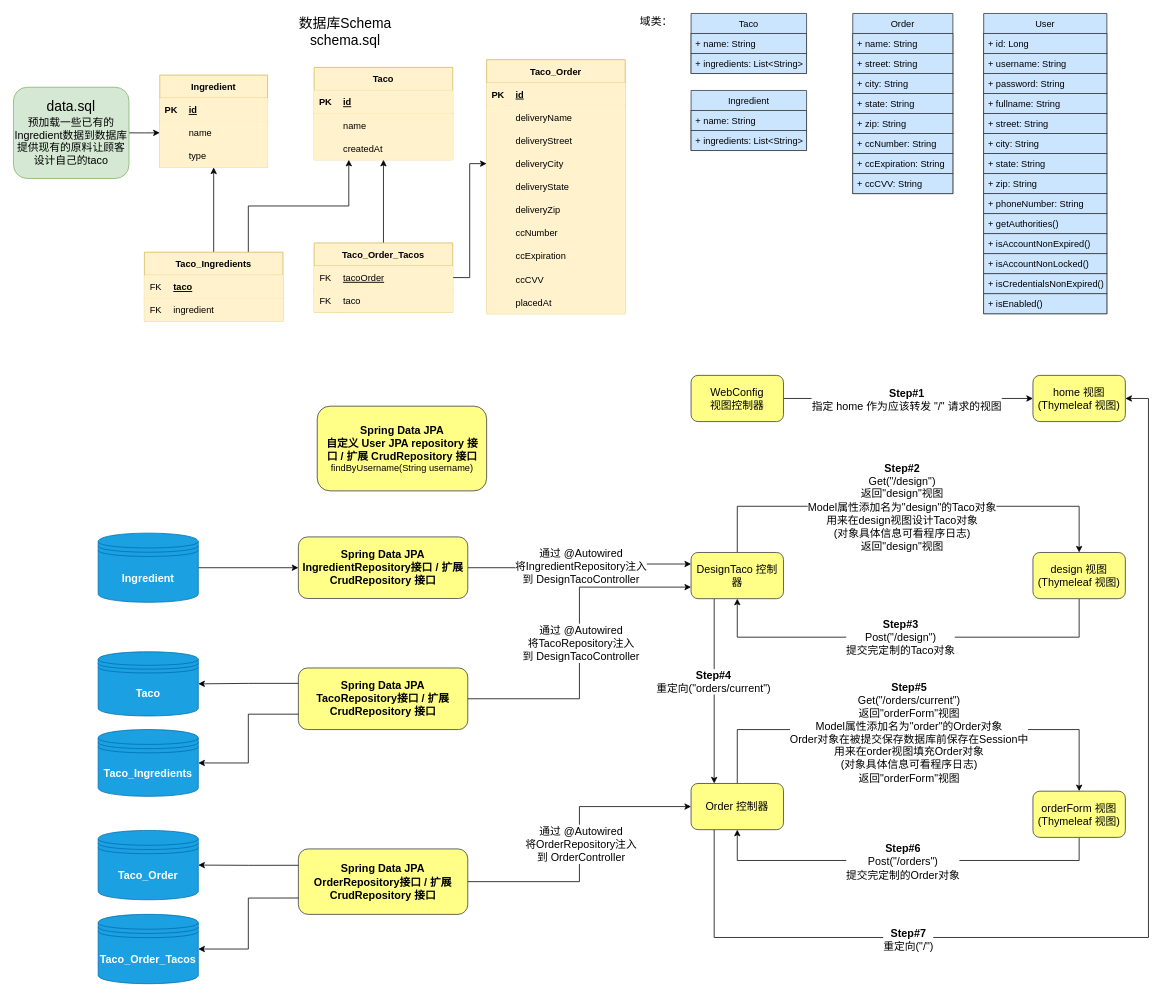
Before: flow_chart/flow_chart_v4.drawio in LilithCoder/taco-cloud, a draw.io diagram. Source tidied: cells renumbered, new cells numbered last; positions are measured from the earlier drawing's top-left corner, leaving out a move shared by most shapes. Both pictures are drawn from the tidied source at 77%, with x=0, y=0 at pixel (13, 13).
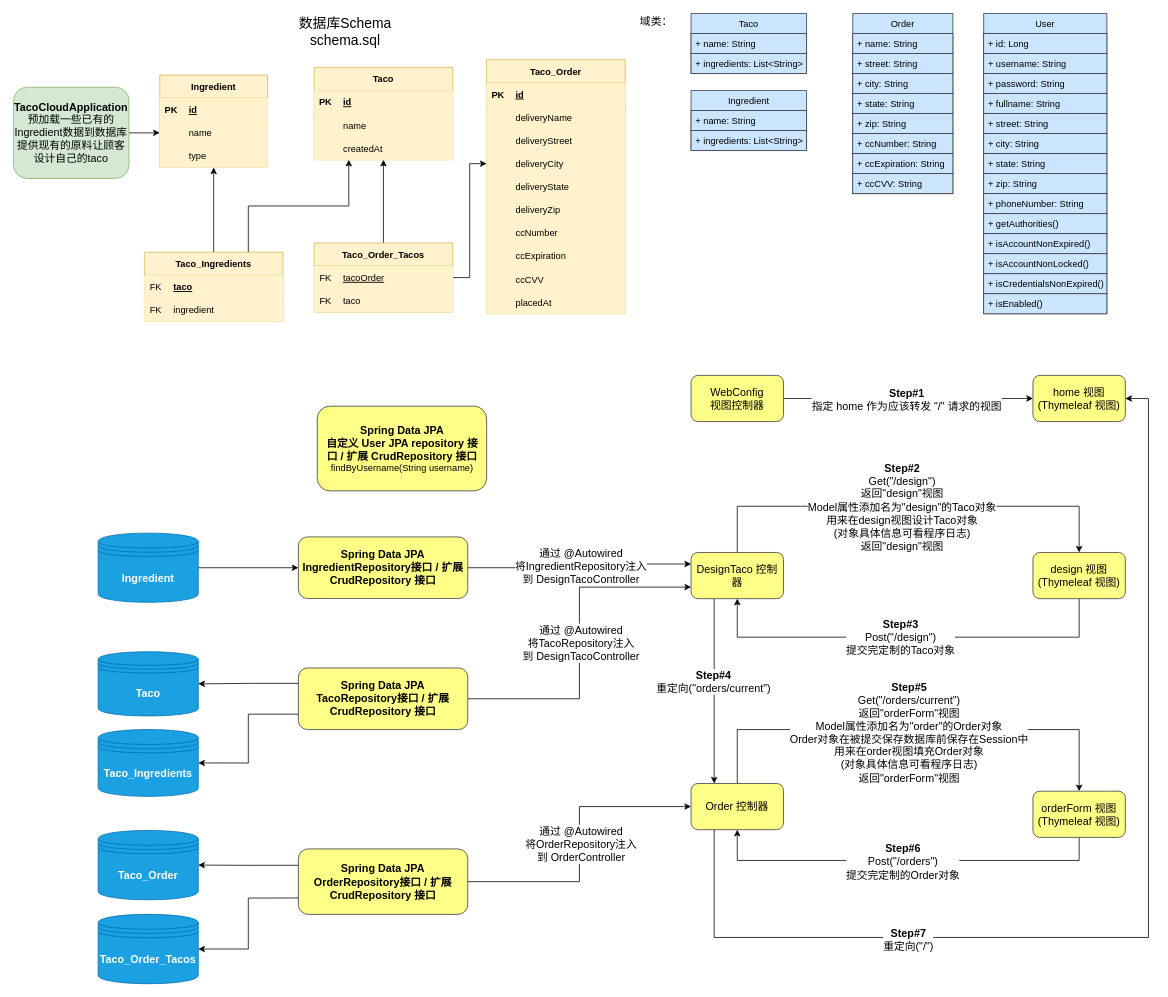
The same page after the edit.

Commit message (it also covers changes not shown here):
更新flow_chart_v3中预加载的部分

Change to the diagram source:
```diff
@@
-    <mxCell id="110" value="&lt;span style=&quot;font-size: 18px&quot;&gt;data.sql&lt;/span&gt;&lt;br&gt;&lt;font style=&quot;font-size: 14px&quot;&gt;预加载一些已有的Ingredient数据到数据库&lt;br&gt;提供现有的原料让顾客设计自己的taco&lt;br&gt;&lt;/font&gt;" style="rounded=1;whiteSpace=wrap;html=1;fillColor=#d5e8d4;strokeColor=#82b366;" parent="1" vertex="1">
+    <mxCell id="110" value="&lt;font style=&quot;font-size: 14px&quot;&gt;&lt;b&gt;TacoCloudApplication&lt;/b&gt;&lt;/font&gt;&lt;br&gt;&lt;font style=&quot;font-size: 14px&quot;&gt;预加载一些已有的Ingredient数据到数据库&lt;br&gt;提供现有的原料让顾客设计自己的taco&lt;br&gt;&lt;/font&gt;" style="rounded=1;whiteSpace=wrap;html=1;fillColor=#d5e8d4;strokeColor=#82b366;" parent="1" vertex="1">
       <mxGeometry y="95.8" width="150" height="118.5" as="geometry" />
     </mxCell>
```
